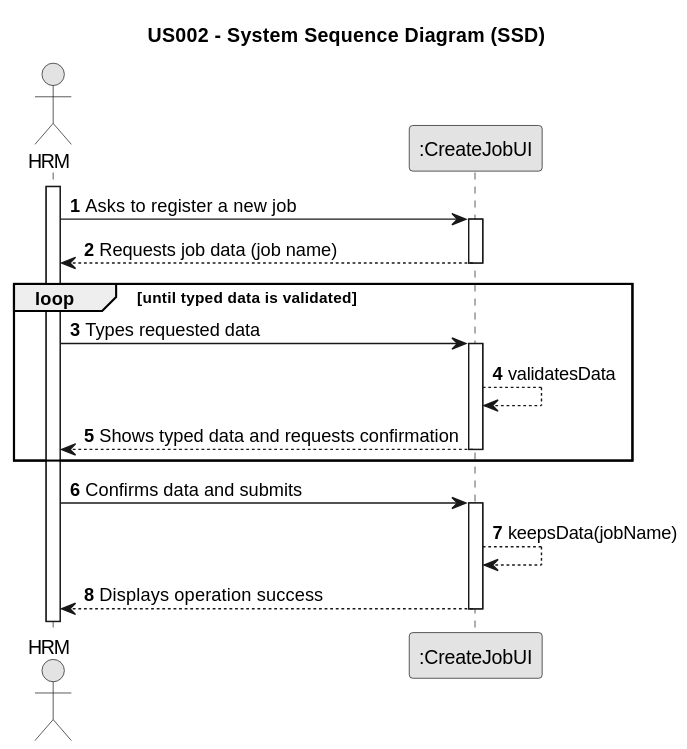
The PlantUML diagram docs/sprintB/us002/01.requirements-engineering/svg/us002-system-sequence-diagram.svg in Rui-San/LAPR2_2023_2024, before a commit.
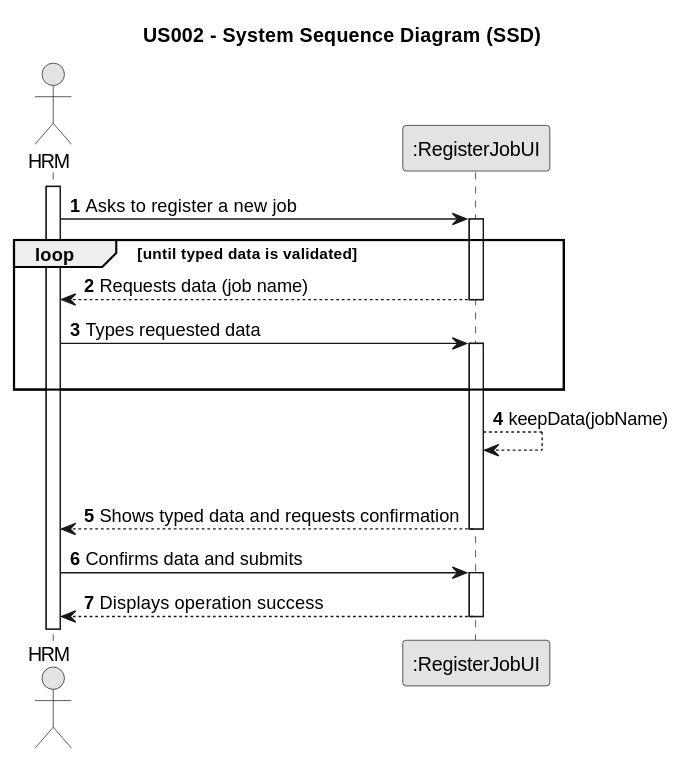
Above is the later version.

Commit message:
US002 - Fixed SSD based on System Sequence

Diff of the diagram source:
```diff
@@ -7,26 +7,33 @@
 
 autonumber
 
-actor "HRM" as Employee
-participant ":CreateJobUI" as System
+actor "HRM" as HRM
+participant ":RegisterJobUI" as UI
 
-activate Employee
+activate HRM
 
-    Employee -> System : Asks to register a new job
-    activate System
+    HRM -> UI : Asks to register a new job
+    activate UI
+    loop until typed data is validated
+        UI --> HRM : Requests data (job name)
+    deactivate UI
 
-        System --> Employee : Requests job data (job name)
-    deactivate System
-    loop until typed data is validated
-    Employee -> System : Types requested data
-    activate System
-        System --> System : validatesData
-        System --> Employee : Shows typed data and requests confirmation
-    deactivate System
+    HRM -> UI : Types requested data
+    activate UI
+    |||
     end
-    Employee -> System : Confirms data and submits
-    activate System
-        System --> System : keepsData(jobName)
-        System --> Employee : Displays operation success
-    deactivate System
+    UI --> UI : keepData(jobName)
+    |||
+
+        UI --> HRM : Shows typed data and requests confirmation
+    deactivate UI
+
+
+    HRM -> UI : Confirms data and submits
+    activate UI
+
+
+
+        UI --> HRM : Displays operation success
+    deactivate UI
 @enduml
```
